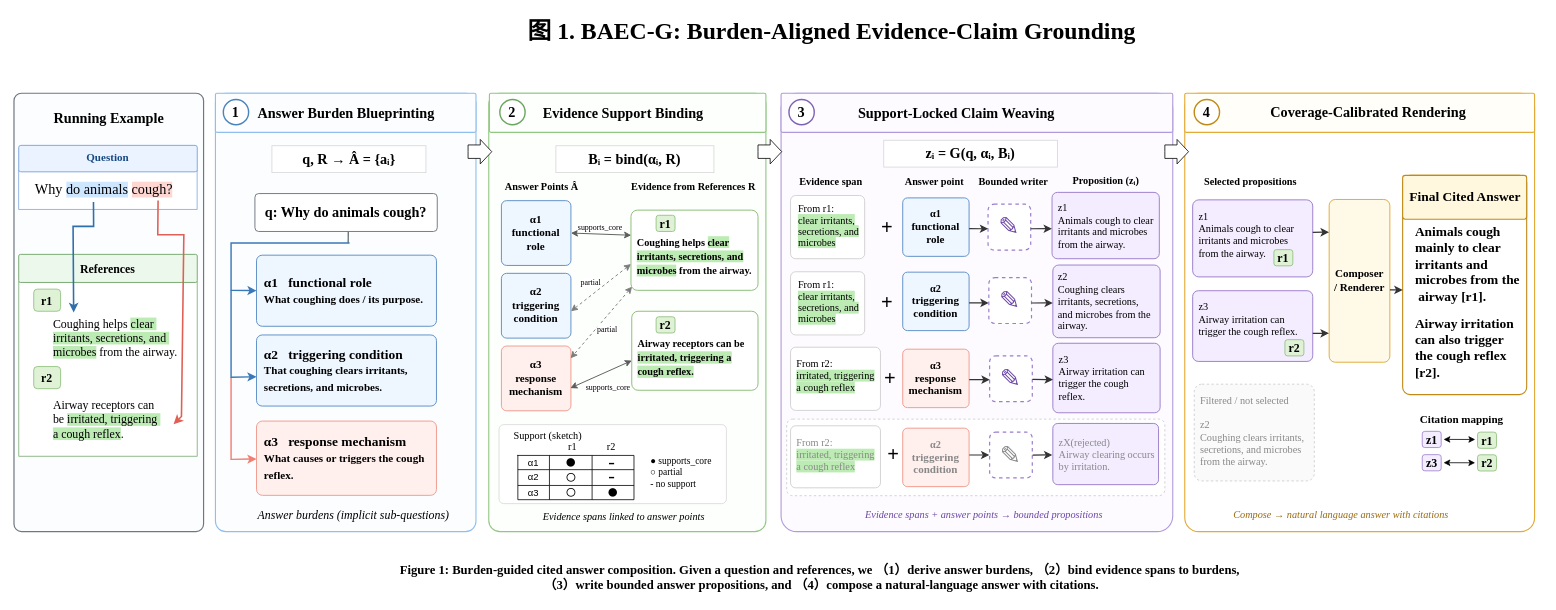
The draw.io diagram page "图1 逻辑框架图" (1 of 6) of 260814小论文逻辑框架图.drawio in handsome-tony/picture, before the edit. Source tidied: cells renumbered, new cells numbered last; positions are measured from the earlier drawing's top-left corner, leaving out a move shared by most shapes. Both pictures are drawn from the tidied source at 79%, with x=0, y=0 at pixel (13, 13).
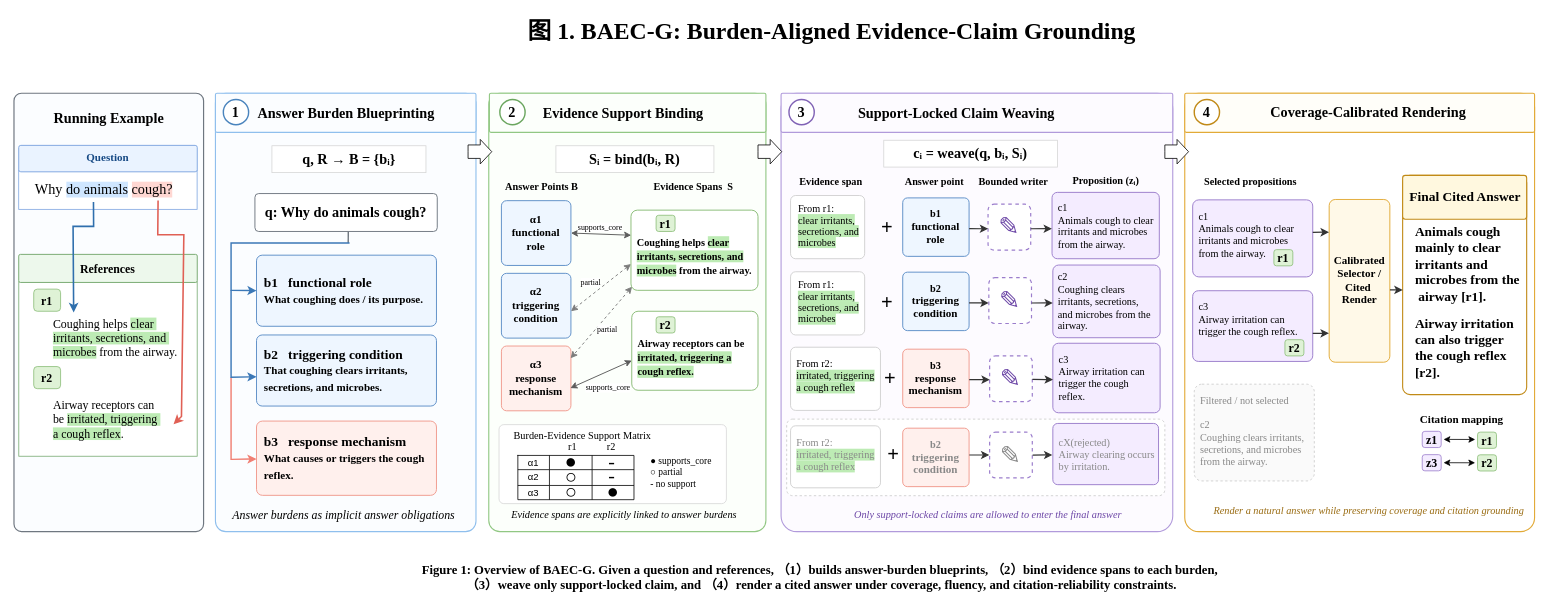
Above is the later version.

Commit message:
更新260814小论文逻辑框架图.drawio

Diff of the diagram source:
```diff
@@
-    <mxCell id="24" value="q, R → Â = {aᵢ}" style="rounded=0;whiteSpace=wrap;html=1;fillColor=#ffffff;strokeColor=#d6d6d6;fontFamily=Times New Roman;fontSize=18;fontStyle=1;" parent="1" vertex="1">
+    <mxCell id="24" value="q, R → B = {bᵢ}" style="rounded=0;whiteSpace=wrap;html=1;fillColor=#ffffff;strokeColor=#d6d6d6;fontFamily=Times New Roman;fontSize=18;fontStyle=1;" parent="1" vertex="1">
       <mxGeometry x="326.7" y="167" width="195" height="34" as="geometry" />
     </mxCell>
@@
-    <mxCell id="26" value="α1&amp;nbsp;&amp;nbsp; functional role&lt;br&gt;&lt;font style=&quot;font-size:14px&quot;&gt;What coughing does / its purpose.&lt;/font&gt;" style="rounded=1;whiteSpace=wrap;html=1;arcSize=8;fillColor=#eef6ff;strokeColor=#5d8ec7;strokeWidth=1.2;align=left;verticalAlign=middle;fontFamily=Times New Roman;fontSize=17;fontStyle=1;spacing=10;" parent="1" vertex="1">
+    <mxCell id="26" value="b1&amp;nbsp;&amp;nbsp; functional role&lt;br&gt;&lt;font style=&quot;font-size:14px&quot;&gt;What coughing does / its purpose.&lt;/font&gt;" style="rounded=1;whiteSpace=wrap;html=1;arcSize=8;fillColor=#eef6ff;strokeColor=#5d8ec7;strokeWidth=1.2;align=left;verticalAlign=middle;fontFamily=Times New Roman;fontSize=17;fontStyle=1;spacing=10;" parent="1" vertex="1">
       <mxGeometry x="307.2" y="305.5" width="227.8" height="90" as="geometry" />
     </mxCell>
-    <mxCell id="27" value="α2&amp;nbsp; &amp;nbsp;triggering condition&lt;br&gt;&lt;font style=&quot;font-size:14px&quot;&gt;That coughing clears irritants, secretions, and microbes.&lt;/font&gt;" style="rounded=1;whiteSpace=wrap;html=1;arcSize=8;fillColor=#eef6ff;strokeColor=#5d8ec7;strokeWidth=1.2;align=left;verticalAlign=middle;fontFamily=Times New Roman;fontSize=17;fontStyle=1;spacing=10;" parent="1" vertex="1">
+    <mxCell id="27" value="b2&amp;nbsp; &amp;nbsp;triggering condition&lt;br&gt;&lt;font style=&quot;font-size:14px&quot;&gt;That coughing clears irritants, secretions, and microbes.&lt;/font&gt;" style="rounded=1;whiteSpace=wrap;html=1;arcSize=8;fillColor=#eef6ff;strokeColor=#5d8ec7;strokeWidth=1.2;align=left;verticalAlign=middle;fontFamily=Times New Roman;fontSize=17;fontStyle=1;spacing=10;" parent="1" vertex="1">
       <mxGeometry x="307.2" y="406.5" width="227.8" height="90" as="geometry" />
     </mxCell>
-    <mxCell id="28" value="α3&amp;nbsp; &amp;nbsp;response mechanism&lt;br&gt;&lt;font style=&quot;font-size:14px&quot;&gt;What causes or triggers the cough reflex.&lt;/font&gt;" style="rounded=1;whiteSpace=wrap;html=1;arcSize=8;fillColor=#fff0ed;strokeColor=#f19a8d;strokeWidth=1.2;align=left;verticalAlign=middle;fontFamily=Times New Roman;fontSize=17;fontStyle=1;spacing=10;" parent="1" vertex="1">
+    <mxCell id="28" value="b3&amp;nbsp; &amp;nbsp;response mechanism&lt;br&gt;&lt;font style=&quot;font-size:14px&quot;&gt;What causes or triggers the cough reflex.&lt;/font&gt;" style="rounded=1;whiteSpace=wrap;html=1;arcSize=8;fillColor=#fff0ed;strokeColor=#f19a8d;strokeWidth=1.2;align=left;verticalAlign=middle;fontFamily=Times New Roman;fontSize=17;fontStyle=1;spacing=10;" parent="1" vertex="1">
       <mxGeometry x="307.2" y="515.5" width="227.8" height="94" as="geometry" />
     </mxCell>
-    <mxCell id="29" value="&lt;font style=&quot;font-size: 15px;&quot;&gt;Answer burdens (implicit sub-questions)&lt;/font&gt;" style="text;html=1;strokeColor=none;fillColor=none;align=left;verticalAlign=middle;fontFamily=Times New Roman;fontSize=13;fontStyle=2;" parent="1" vertex="1">
-      <mxGeometry x="306.7" y="620" width="250" height="28" as="geometry" />
+    <mxCell id="29" value="&lt;font style=&quot;font-size: 15px;&quot;&gt;Answer burdens as implicit answer obligations&lt;/font&gt;" style="text;html=1;strokeColor=none;fillColor=none;align=left;verticalAlign=middle;fontFamily=Times New Roman;fontSize=13;fontStyle=2;" parent="1" vertex="1">
+      <mxGeometry x="275" y="620" width="250" height="28" as="geometry" />
     </mxCell>
@@
-    <mxCell id="35" value="Bᵢ = bind(αᵢ, R)" style="rounded=0;whiteSpace=wrap;html=1;fillColor=#ffffff;strokeColor=#d6d6d6;fontFamily=Times New Roman;fontSize=18;fontStyle=1;" parent="1" vertex="1">
+    <mxCell id="35" value="Sᵢ = bind(bᵢ, R)" style="rounded=0;whiteSpace=wrap;html=1;fillColor=#ffffff;strokeColor=#d6d6d6;fontFamily=Times New Roman;fontSize=18;fontStyle=1;" parent="1" vertex="1">
       <mxGeometry x="686.2" y="167" width="200" height="34" as="geometry" />
     </mxCell>
-    <mxCell id="36" value="Answer Points Â" style="text;html=1;strokeColor=none;fillColor=none;align=center;verticalAlign=middle;fontFamily=Times New Roman;fontSize=13;fontStyle=1;" parent="1" vertex="1">
+    <mxCell id="36" value="Answer Points B" style="text;html=1;strokeColor=none;fillColor=none;align=center;verticalAlign=middle;fontFamily=Times New Roman;fontSize=13;fontStyle=1;" parent="1" vertex="1">
       <mxGeometry x="615.2" y="206.5" width="105" height="24" as="geometry" />
     </mxCell>
-    <mxCell id="37" value="Evidence from References R" style="text;html=1;strokeColor=none;fillColor=none;align=center;verticalAlign=middle;fontFamily=Times New Roman;fontSize=13;fontStyle=1;" parent="1" vertex="1">
+    <mxCell id="37" value="Evidence Spans&amp;nbsp; S" style="text;html=1;strokeColor=none;fillColor=none;align=center;verticalAlign=middle;fontFamily=Times New Roman;fontSize=13;fontStyle=1;" parent="1" vertex="1">
       <mxGeometry x="785" y="206.5" width="150" height="24" as="geometry" />
     </mxCell>
@@
-    <mxCell id="48" value="Evidence spans linked to answer points" style="text;html=1;strokeColor=none;fillColor=none;align=left;verticalAlign=middle;fontFamily=Times New Roman;fontSize=13;fontStyle=2;" parent="1" vertex="1">
-      <mxGeometry x="668.2" y="621.5" width="260" height="28" as="geometry" />
+    <mxCell id="48" value="Evidence spans are explicitly linked to answer burdens" style="text;html=1;strokeColor=none;fillColor=none;align=left;verticalAlign=middle;fontFamily=Times New Roman;fontSize=13;fontStyle=2;" parent="1" vertex="1">
+      <mxGeometry x="628.1" y="620" width="260" height="28" as="geometry" />
     </mxCell>
@@
-    <mxCell id="52" value="zᵢ = G(q, αᵢ, Bᵢ)" style="rounded=0;whiteSpace=wrap;html=1;fillColor=#ffffff;strokeColor=#d6d6d6;fontFamily=Times New Roman;fontSize=18;fontStyle=1;" parent="1" vertex="1">
+    <mxCell id="52" value="cᵢ = weave(q, bᵢ, Sᵢ)" style="rounded=0;whiteSpace=wrap;html=1;fillColor=#ffffff;strokeColor=#d6d6d6;fontFamily=Times New Roman;fontSize=18;fontStyle=1;" parent="1" vertex="1">
       <mxGeometry x="1101.2" y="160" width="220" height="34" as="geometry" />
     </mxCell>
@@
-    <mxCell id="58" value="α1&lt;br&gt;&lt;span style=&quot;font-size: 14px;&quot;&gt;functional role&lt;/span&gt;" style="rounded=1;whiteSpace=wrap;html=1;arcSize=8;fillColor=#eef6ff;strokeColor=#5d8ec7;strokeWidth=1.2;fontFamily=Times New Roman;fontSize=13;fontStyle=1;" parent="1" vertex="1">
+    <mxCell id="58" value="b1&lt;br&gt;&lt;span style=&quot;font-size: 14px;&quot;&gt;functional role&lt;/span&gt;" style="rounded=1;whiteSpace=wrap;html=1;arcSize=8;fillColor=#eef6ff;strokeColor=#5d8ec7;strokeWidth=1.2;fontFamily=Times New Roman;fontSize=13;fontStyle=1;" parent="1" vertex="1">
       <mxGeometry x="1125.2" y="233" width="84" height="74" as="geometry" />
     </mxCell>
@@
-    <mxCell id="61" value="α2&lt;br&gt;&lt;span style=&quot;font-size: 14px;&quot;&gt;triggering condition&lt;/span&gt;" style="rounded=1;whiteSpace=wrap;html=1;arcSize=8;fillColor=#eef6ff;strokeColor=#5d8ec7;strokeWidth=1.2;fontFamily=Times New Roman;fontSize=13;fontStyle=1;" parent="1" vertex="1">
+    <mxCell id="61" value="b2&lt;br&gt;&lt;span style=&quot;font-size: 14px;&quot;&gt;triggering condition&lt;/span&gt;" style="rounded=1;whiteSpace=wrap;html=1;arcSize=8;fillColor=#eef6ff;strokeColor=#5d8ec7;strokeWidth=1.2;fontFamily=Times New Roman;fontSize=13;fontStyle=1;" parent="1" vertex="1">
       <mxGeometry x="1125.2" y="327" width="84" height="74" as="geometry" />
     </mxCell>
@@
-    <mxCell id="65" value="α3&lt;br&gt;&lt;span style=&quot;font-size: 14px;&quot;&gt;response&lt;/span&gt;&lt;br style=&quot;font-size: 14px;&quot;&gt;&lt;span style=&quot;font-size: 14px;&quot;&gt;mechanism&lt;/span&gt;" style="rounded=1;whiteSpace=wrap;html=1;arcSize=8;fillColor=#fff0ed;strokeColor=#f19a8d;strokeWidth=1.2;fontFamily=Times New Roman;fontSize=13;fontStyle=1;" parent="1" vertex="1">
+    <mxCell id="65" value="b3&lt;br&gt;&lt;span style=&quot;font-size: 14px;&quot;&gt;response&lt;/span&gt;&lt;br style=&quot;font-size: 14px;&quot;&gt;&lt;span style=&quot;font-size: 14px;&quot;&gt;mechanism&lt;/span&gt;" style="rounded=1;whiteSpace=wrap;html=1;arcSize=8;fillColor=#fff0ed;strokeColor=#f19a8d;strokeWidth=1.2;fontFamily=Times New Roman;fontSize=13;fontStyle=1;" parent="1" vertex="1">
       <mxGeometry x="1125.2" y="424.5" width="84" height="74" as="geometry" />
     </mxCell>
@@
-    <mxCell id="77" value="Evidence spans + answer points → bounded propositions" style="text;html=1;strokeColor=none;fillColor=none;align=left;verticalAlign=middle;fontFamily=Times New Roman;fontSize=13;fontStyle=2;fontColor=#6c46a6;" parent="1" vertex="1">
-      <mxGeometry x="1076.2" y="620" width="400" height="28" as="geometry" />
+    <mxCell id="77" value="Only support-locked claims are allowed to enter the final answer" style="text;html=1;strokeColor=none;fillColor=none;align=left;verticalAlign=middle;fontFamily=Times New Roman;fontSize=13;fontStyle=2;fontColor=#6c46a6;" parent="1" vertex="1">
+      <mxGeometry x="1062.2" y="620" width="400" height="28" as="geometry" />
     </mxCell>
@@
-    <mxCell id="82" value="z1&lt;br&gt;Animals cough to clear irritants and microbes from the airway." style="rounded=1;whiteSpace=wrap;html=1;arcSize=8;fillColor=#f4ecff;strokeColor=#9b7dcc;strokeWidth=1.2;align=left;verticalAlign=top;fontFamily=Times New Roman;fontSize=13;spacing=8;" parent="1" vertex="1">
+    <mxCell id="82" value="c1&lt;br&gt;Animals cough to clear irritants and microbes from the airway." style="rounded=1;whiteSpace=wrap;html=1;arcSize=8;fillColor=#f4ecff;strokeColor=#9b7dcc;strokeWidth=1.2;align=left;verticalAlign=top;fontFamily=Times New Roman;fontSize=13;spacing=8;" parent="1" vertex="1">
       <mxGeometry x="1492.2" y="235.5" width="152" height="97.5" as="geometry" />
     </mxCell>
-    <mxCell id="83" value="z3&lt;br&gt;Airway irritation can trigger the cough reflex." style="rounded=1;whiteSpace=wrap;html=1;arcSize=8;fillColor=#f4ecff;strokeColor=#9b7dcc;strokeWidth=1.2;align=left;verticalAlign=top;fontFamily=Times New Roman;fontSize=13;spacing=8;" parent="1" vertex="1">
+    <mxCell id="83" value="c3&lt;br&gt;Airway irritation can trigger the cough reflex." style="rounded=1;whiteSpace=wrap;html=1;arcSize=8;fillColor=#f4ecff;strokeColor=#9b7dcc;strokeWidth=1.2;align=left;verticalAlign=top;fontFamily=Times New Roman;fontSize=13;spacing=8;" parent="1" vertex="1">
       <mxGeometry x="1492.2" y="350.5" width="152" height="89.5" as="geometry" />
     </mxCell>
-    <mxCell id="84" value="Filtered / not selected&lt;br&gt;&lt;br&gt;z2&lt;br&gt;Coughing clears irritants, secretions, and microbes from the airway." style="rounded=1;whiteSpace=wrap;html=1;arcSize=8;dashed=1;fillColor=#fafafa;strokeColor=#c9c9c9;fontColor=#888888;align=left;verticalAlign=top;fontFamily=Times New Roman;fontSize=13;spacing=8;" parent="1" vertex="1">
+    <mxCell id="84" value="Filtered / not selected&lt;br&gt;&lt;br&gt;c2&lt;br&gt;Coughing clears irritants, secretions, and microbes from the airway." style="rounded=1;whiteSpace=wrap;html=1;arcSize=8;dashed=1;fillColor=#fafafa;strokeColor=#c9c9c9;fontColor=#888888;align=left;verticalAlign=top;fontFamily=Times New Roman;fontSize=13;spacing=8;" parent="1" vertex="1">
       <mxGeometry x="1494.2" y="468.8" width="152" height="122.5" as="geometry" />
     </mxCell>
-    <mxCell id="85" value="Composer&lt;br&gt;/ Renderer" style="rounded=1;whiteSpace=wrap;html=1;arcSize=10;fillColor=#fff9e8;strokeColor=#e2aa37;strokeWidth=1.2;fontFamily=Times New Roman;fontSize=14;fontStyle=1;" parent="1" vertex="1">
+    <mxCell id="85" value="Calibrated Selector /&lt;div&gt;Cited&amp;nbsp;&lt;/div&gt;&lt;div&gt;Render&lt;/div&gt;" style="rounded=1;whiteSpace=wrap;html=1;arcSize=10;fillColor=#fff9e8;strokeColor=#e2aa37;strokeWidth=1.2;fontFamily=Times New Roman;fontSize=14;fontStyle=1;" parent="1" vertex="1">
       <mxGeometry x="1665" y="235" width="76.8" height="206" as="geometry" />
     </mxCell>
@@
-    <mxCell id="88" value="Compose → natural language answer with citations" style="text;html=1;strokeColor=none;fillColor=none;align=left;verticalAlign=middle;fontFamily=Times New Roman;fontSize=13;fontStyle=2;fontColor=#996b11;" parent="1" vertex="1">
-      <mxGeometry x="1542.2" y="620" width="360" height="28" as="geometry" />
+    <mxCell id="88" value="Render a natural answer while preserving coverage and citation grounding" style="text;html=1;strokeColor=none;fillColor=none;align=left;verticalAlign=middle;fontFamily=Times New Roman;fontSize=13;fontStyle=2;fontColor=#996b11;" parent="1" vertex="1">
+      <mxGeometry x="1516.8" y="615" width="360" height="28" as="geometry" />
     </mxCell>
@@
-    <mxCell id="92" value="Figure 1: Burden-guided cited answer composition. Given a question and references, we （1）derive answer burdens, （2）bind evidence spans to burdens,&amp;nbsp;&lt;div&gt;（3）write bounded answer propositions, and （4）compose a natural-language answer with citations.&lt;/div&gt;" style="text;html=1;strokeColor=none;fillColor=none;align=center;verticalAlign=middle;fontFamily=Times New Roman;fontSize=16;fontStyle=1;" parent="1" vertex="1">
+    <mxCell id="92" value="Figure 1: Overview of BAEC-G. Given a question and references, （1）builds answer-burden blueprints, （2）bind evidence spans to each burden,&amp;nbsp;&lt;div&gt;（3）weave only support-locked claim, and （4）render a cited answer under coverage, fluency, and citation-reliability constraints.&lt;/div&gt;" style="text;html=1;strokeColor=none;fillColor=none;align=center;verticalAlign=middle;fontFamily=Times New Roman;fontSize=16;fontStyle=1;" parent="1" vertex="1">
       <mxGeometry x="422.2" y="687.5" width="1200" height="50" as="geometry" />
     </mxCell>
@@
-    <mxCell id="99" value="&lt;span style=&quot;font-family: &amp;quot;Times New Roman&amp;quot;; font-size: 13px; font-style: normal; font-variant-ligatures: normal; font-variant-caps: normal; font-weight: 400; letter-spacing: normal; orphans: 2; text-align: center; text-indent: 0px; text-transform: none; widows: 2; word-spacing: 0px; -webkit-text-stroke-width: 0px; white-space: normal; text-decoration-thickness: initial; text-decoration-style: initial; text-decoration-color: initial; float: none; display: inline !important;&quot;&gt;Support (sketch)&lt;/span&gt;" style="text;whiteSpace=wrap;html=1;fillColor=none;strokeColor=none;fontColor=default;labelBackgroundColor=none;" parent="1" vertex="1">
-      <mxGeometry x="631" y="520" width="110" height="20" as="geometry" />
+    <mxCell id="99" value="&lt;span style=&quot;font-family: &amp;quot;Times New Roman&amp;quot;; font-size: 13px; font-style: normal; font-variant-ligatures: normal; font-variant-caps: normal; font-weight: 400; letter-spacing: normal; orphans: 2; text-align: center; text-indent: 0px; text-transform: none; widows: 2; word-spacing: 0px; -webkit-text-stroke-width: 0px; white-space: normal; text-decoration-thickness: initial; text-decoration-style: initial; text-decoration-color: initial; float: none; display: inline !important;&quot;&gt;Burden-Evidence Support Matrix&lt;/span&gt;" style="text;whiteSpace=wrap;html=1;fillColor=none;strokeColor=none;fontColor=default;labelBackgroundColor=none;" parent="1" vertex="1">
+      <mxGeometry x="631" y="520" width="225.8" height="20" as="geometry" />
     </mxCell>
@@
-    <mxCell id="121" value="α2&lt;br&gt;&lt;span style=&quot;font-size: 14px;&quot;&gt;triggering condition&lt;/span&gt;" style="rounded=1;whiteSpace=wrap;html=1;arcSize=8;fillColor=#fff0ed;strokeColor=#f19a8d;strokeWidth=1.2;fontFamily=Times New Roman;fontSize=13;fontStyle=1;fontColor=#888888;" parent="1" vertex="1">
+    <mxCell id="121" value="b2&lt;br&gt;&lt;span style=&quot;font-size: 14px;&quot;&gt;triggering condition&lt;/span&gt;" style="rounded=1;whiteSpace=wrap;html=1;arcSize=8;fillColor=#fff0ed;strokeColor=#f19a8d;strokeWidth=1.2;fontFamily=Times New Roman;fontSize=13;fontStyle=1;fontColor=#888888;" parent="1" vertex="1">
       <mxGeometry x="1125.2" y="524.5" width="84" height="74" as="geometry" />
     </mxCell>
@@
-    <mxCell id="140" value="&lt;span style=&quot;&quot;&gt;&lt;span style=&quot;font-family: &amp;quot;Times New Roman&amp;quot;; font-size: 13px; font-style: normal; font-variant-ligatures: normal; font-variant-caps: normal; font-weight: 400; letter-spacing: normal; orphans: 2; text-align: left; text-indent: 0px; text-transform: none; widows: 2; word-spacing: 0px; -webkit-text-stroke-width: 0px; white-space: normal; text-decoration-thickness: initial; text-decoration-style: initial; text-decoration-color: initial; float: none; display: inline !important;&quot;&gt;z1&lt;/span&gt;&lt;br style=&quot;forced-color-adjust: none; font-family: &amp;quot;Times New Roman&amp;quot;; font-size: 13px; font-style: normal; font-variant-ligatures: normal; font-variant-caps: normal; font-weight: 400; letter-spacing: normal; orphans: 2; text-align: left; text-indent: 0px; text-transform: none; widows: 2; word-spacing: 0px; -webkit-text-stroke-width: 0px; white-space: normal; text-decoration-thickness: initial; text-decoration-style: initial; text-decoration-color: initial;&quot;&gt;&lt;span style=&quot;font-family: &amp;quot;Times New Roman&amp;quot;; font-size: 13px; font-style: normal; font-variant-ligatures: normal; font-variant-caps: normal; font-weight: 400; letter-spacing: normal; orphans: 2; text-align: left; text-indent: 0px; text-transform: none; widows: 2; word-spacing: 0px; -webkit-text-stroke-width: 0px; white-space: normal; text-decoration-thickness: initial; text-decoration-style: initial; text-decoration-color: initial; float: none; display: inline !important;&quot;&gt;Animals cough to clear irritants and microbes from the airway.&lt;/span&gt;&lt;/span&gt;" style="text;whiteSpace=wrap;html=1;fontColor=default;labelBackgroundColor=none;" parent="1" vertex="1">
+    <mxCell id="140" value="&lt;span style=&quot;&quot;&gt;&lt;span style=&quot;font-family: &amp;quot;Times New Roman&amp;quot;; font-size: 13px; font-style: normal; font-variant-ligatures: normal; font-variant-caps: normal; font-weight: 400; letter-spacing: normal; orphans: 2; text-align: left; text-indent: 0px; text-transform: none; widows: 2; word-spacing: 0px; -webkit-text-stroke-width: 0px; white-space: normal; text-decoration-thickness: initial; text-decoration-style: initial; text-decoration-color: initial; float: none; display: inline !important;&quot;&gt;c1&lt;/span&gt;&lt;br style=&quot;forced-color-adjust: none; font-family: &amp;quot;Times New Roman&amp;quot;; font-size: 13px; font-style: normal; font-variant-ligatures: normal; font-variant-caps: normal; font-weight: 400; letter-spacing: normal; orphans: 2; text-align: left; text-indent: 0px; text-transform: none; widows: 2; word-spacing: 0px; -webkit-text-stroke-width: 0px; white-space: normal; text-decoration-thickness: initial; text-decoration-style: initial; text-decoration-color: initial;&quot;&gt;&lt;span style=&quot;font-family: &amp;quot;Times New Roman&amp;quot;; font-size: 13px; font-style: normal; font-variant-ligatures: normal; font-variant-caps: normal; font-weight: 400; letter-spacing: normal; orphans: 2; text-align: left; text-indent: 0px; text-transform: none; widows: 2; word-spacing: 0px; -webkit-text-stroke-width: 0px; white-space: normal; text-decoration-thickness: initial; text-decoration-style: initial; text-decoration-color: initial; float: none; display: inline !important;&quot;&gt;Animals cough to clear irritants and microbes from the airway.&lt;/span&gt;&lt;/span&gt;" style="text;whiteSpace=wrap;html=1;fontColor=default;labelBackgroundColor=none;" parent="1" vertex="1">
       <mxGeometry x="1320.2" y="231" width="125.8" height="68" as="geometry" />
     </mxCell>
-    <mxCell id="141" value="&lt;span style=&quot;font-family: &amp;quot;Times New Roman&amp;quot;; font-size: 13px;&quot;&gt;z2&lt;/span&gt;&lt;br style=&quot;font-family: &amp;quot;Times New Roman&amp;quot;; font-size: 13px;&quot;&gt;&lt;span style=&quot;font-family: &amp;quot;Times New Roman&amp;quot;; font-size: 13px;&quot;&gt;Coughing clears irritants, secretions, and microbes from the airway.&lt;/span&gt;" style="text;whiteSpace=wrap;html=1;fontColor=default;labelBackgroundColor=none;" parent="1" vertex="1">
+    <mxCell id="141" value="&lt;span style=&quot;font-family: &amp;quot;Times New Roman&amp;quot;; font-size: 13px;&quot;&gt;c2&lt;/span&gt;&lt;br style=&quot;font-family: &amp;quot;Times New Roman&amp;quot;; font-size: 13px;&quot;&gt;&lt;span style=&quot;font-family: &amp;quot;Times New Roman&amp;quot;; font-size: 13px;&quot;&gt;Coughing clears irritants, secretions, and microbes from the airway.&lt;/span&gt;" style="text;whiteSpace=wrap;html=1;fontColor=default;labelBackgroundColor=none;" parent="1" vertex="1">
       <mxGeometry x="1320.2" y="318.5" width="125.8" height="68" as="geometry" />
     </mxCell>
-    <mxCell id="142" value="&lt;span style=&quot;font-family: &amp;quot;Times New Roman&amp;quot;; font-size: 13px;&quot;&gt;z3&lt;/span&gt;&lt;br style=&quot;font-family: &amp;quot;Times New Roman&amp;quot;; font-size: 13px;&quot;&gt;&lt;span style=&quot;font-family: &amp;quot;Times New Roman&amp;quot;; font-size: 13px;&quot;&gt;Airway irritation can trigger the cough reflex.&lt;/span&gt;" style="text;whiteSpace=wrap;html=1;fontColor=default;labelBackgroundColor=none;" parent="1" vertex="1">
+    <mxCell id="142" value="&lt;span style=&quot;font-family: &amp;quot;Times New Roman&amp;quot;; font-size: 13px;&quot;&gt;c3&lt;/span&gt;&lt;br style=&quot;font-family: &amp;quot;Times New Roman&amp;quot;; font-size: 13px;&quot;&gt;&lt;span style=&quot;font-family: &amp;quot;Times New Roman&amp;quot;; font-size: 13px;&quot;&gt;Airway irritation can trigger the cough reflex.&lt;/span&gt;" style="text;whiteSpace=wrap;html=1;fontColor=default;labelBackgroundColor=none;" parent="1" vertex="1">
       <mxGeometry x="1321.2" y="423" width="125.8" height="68" as="geometry" />
     </mxCell>
-    <mxCell id="143" value="&lt;span style=&quot;color: rgb(136, 136, 136); font-family: &amp;quot;Times New Roman&amp;quot;; font-size: 13px;&quot;&gt;zX(rejected)&lt;/span&gt;&lt;br style=&quot;color: rgb(136, 136, 136); font-family: &amp;quot;Times New Roman&amp;quot;; font-size: 13px;&quot;&gt;&lt;span style=&quot;color: rgb(136, 136, 136); font-family: &amp;quot;Times New Roman&amp;quot;; font-size: 13px;&quot;&gt;Airway clearing occurs&lt;/span&gt;&lt;div style=&quot;color: rgb(136, 136, 136); font-family: &amp;quot;Times New Roman&amp;quot;; font-size: 13px;&quot;&gt;by irritation.&lt;/div&gt;" style="text;whiteSpace=wrap;html=1;fontColor=default;labelBackgroundColor=none;" parent="1" vertex="1">
+    <mxCell id="143" value="&lt;span style=&quot;color: rgb(136, 136, 136); font-family: &amp;quot;Times New Roman&amp;quot;; font-size: 13px;&quot;&gt;cX(rejected)&lt;/span&gt;&lt;br style=&quot;color: rgb(136, 136, 136); font-family: &amp;quot;Times New Roman&amp;quot;; font-size: 13px;&quot;&gt;&lt;span style=&quot;color: rgb(136, 136, 136); font-family: &amp;quot;Times New Roman&amp;quot;; font-size: 13px;&quot;&gt;Airway clearing occurs&lt;/span&gt;&lt;div style=&quot;color: rgb(136, 136, 136); font-family: &amp;quot;Times New Roman&amp;quot;; font-size: 13px;&quot;&gt;by irritation.&lt;/div&gt;" style="text;whiteSpace=wrap;html=1;fontColor=default;labelBackgroundColor=none;" parent="1" vertex="1">
       <mxGeometry x="1321.2" y="527.5" width="125.8" height="68" as="geometry" />
     </mxCell>
```
